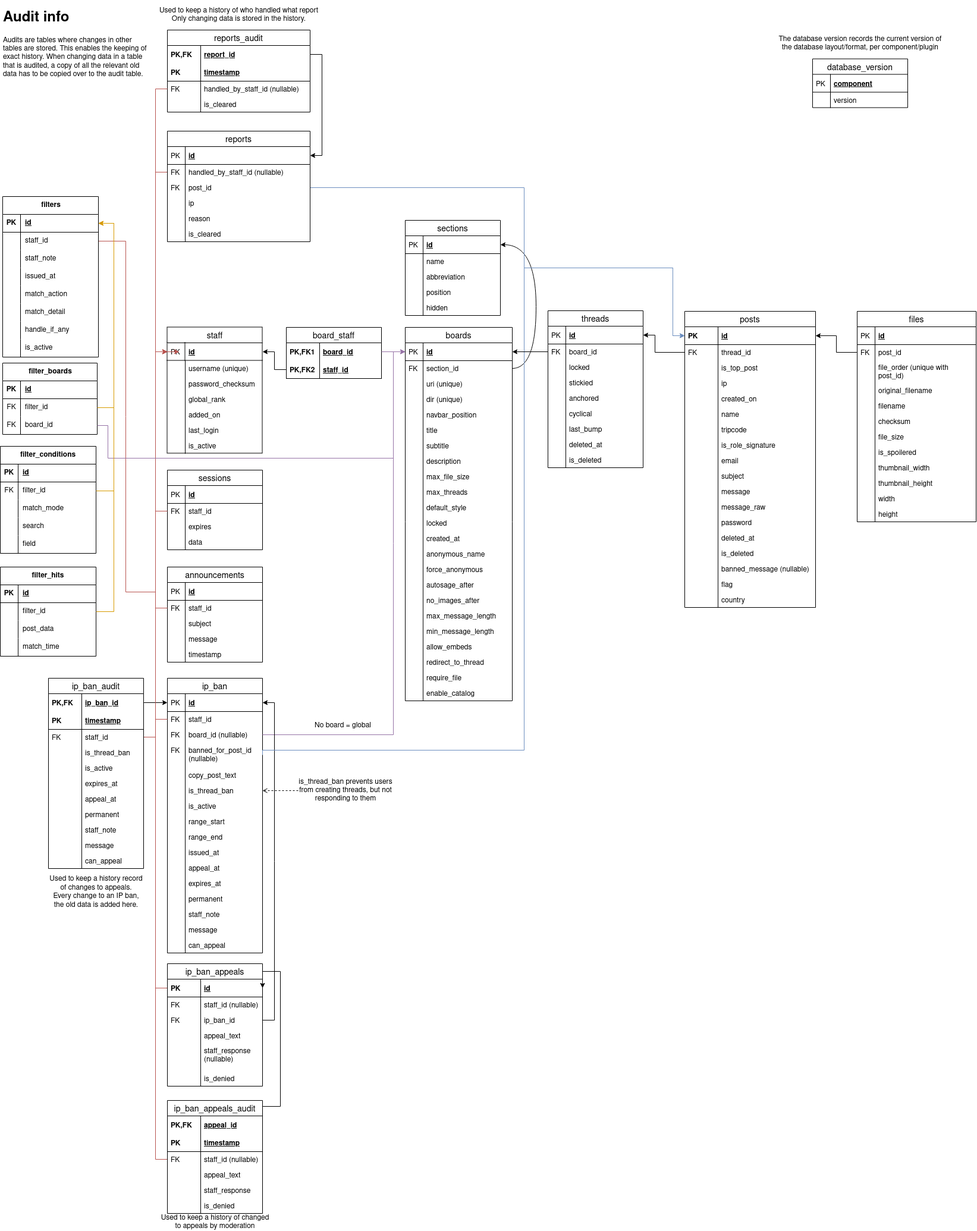
The draw.io diagram sql/Database ERD.png in gochan-org/gochan, before a commit. Source tidied: cells renumbered, new cells last; positions are measured from the earlier drawing's top-left corner, leaving out a move shared by most shapes.
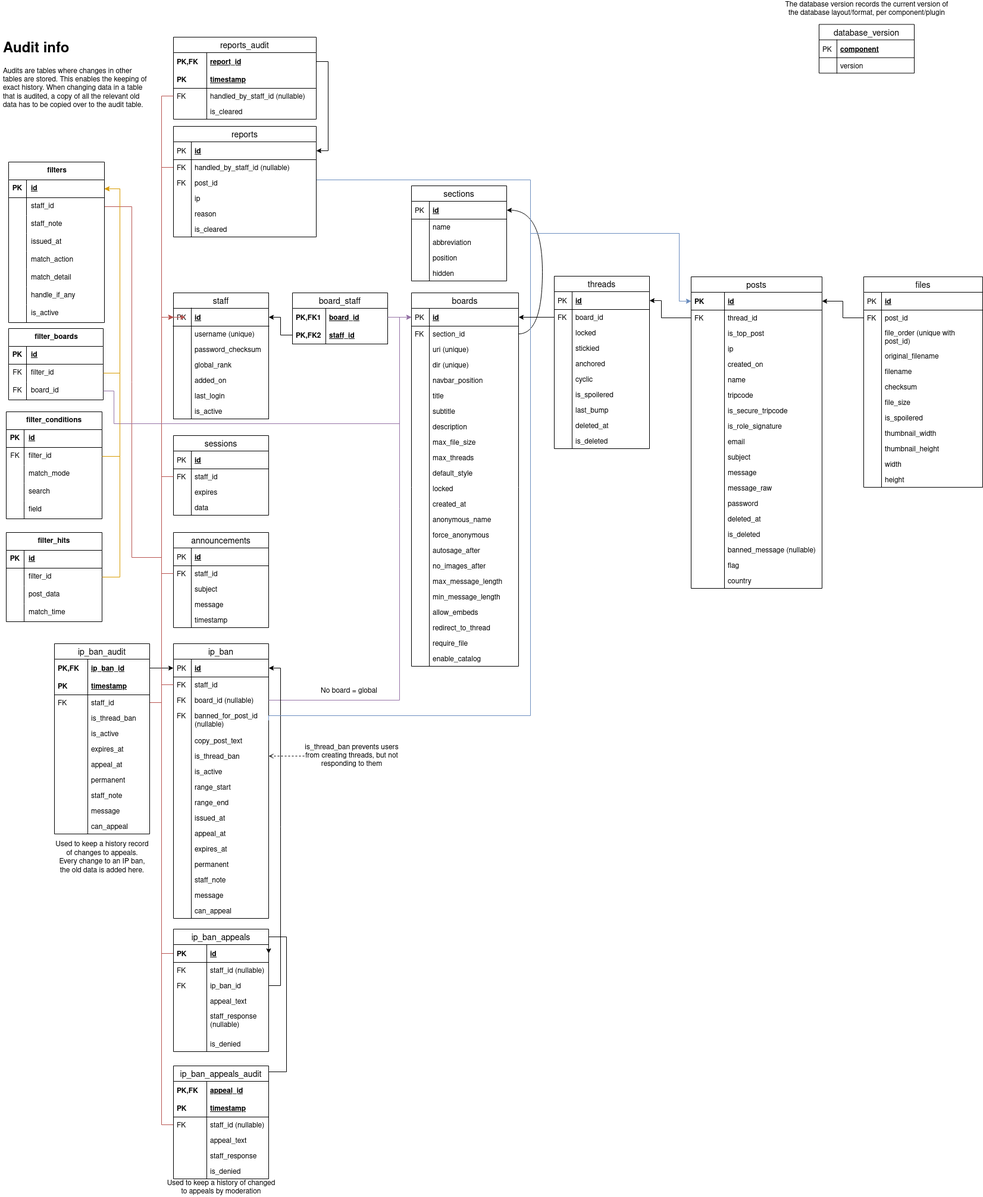
Later version of the same file.

Diff of the diagram source:
```diff
@@ -115,7 +115,8 @@
     <mxCell id="37" style="edgeStyle=orthogonalEdgeStyle;rounded=0;jettySize=auto;html=1;exitX=1;exitY=0.5;exitDx=0;exitDy=0;entryX=0;entryY=0.5;entryDx=0;entryDy=0;fillColor=#dae8fc;strokeColor=#6c8ebf;" parent="1" edge="1" source="164" target="229">
       <mxGeometry relative="1" as="geometry">
         <Array as="points">
-          <mxPoint x="881" y="305" />
+          <mxPoint x="521" y="350" />
+          <mxPoint x="881" y="350" />
           <mxPoint x="881" y="440" />
           <mxPoint x="1131" y="440" />
           <mxPoint x="1131" y="554" />
@@ -491,7 +492,7 @@
       <mxGeometry x="71" y="1460" width="180" height="60" as="geometry" />
     </mxCell>
     <mxCell id="159" value="reports" style="swimlane;fontStyle=0;horizontal=1;startSize=26;align=center;fontSize=14;strokeColor=#000000;fillColor=none;" parent="1" vertex="1">
-      <mxGeometry x="281" y="210" width="240" height="186" as="geometry" />
+      <mxGeometry x="281" y="260" width="240" height="186" as="geometry" />
     </mxCell>
     <mxCell id="160" value="id" style="shape=partialRectangle;top=0;left=0;right=0;bottom=1;align=left;verticalAlign=middle;fillColor=none;spacingLeft=34;spacingRight=4;overflow=hidden;points=[[0,0.5],[1,0.5]];portConstraint=eastwest;fontStyle=5;fontSize=12;" parent="159" vertex="1">
       <mxGeometry y="26" width="240" height="30" as="geometry" />
@@ -552,7 +553,7 @@
       </mxGeometry>
     </mxCell>
     <mxCell id="176" value="reports_audit" style="swimlane;fontStyle=0;horizontal=1;startSize=26;align=center;fontSize=14;" parent="1" vertex="1">
-      <mxGeometry x="281" y="40" width="240" height="138" as="geometry" />
+      <mxGeometry x="281" y="110" width="240" height="138" as="geometry" />
     </mxCell>
     <mxCell id="177" value="report_id" style="shape=partialRectangle;top=0;left=0;right=0;bottom=0;align=left;verticalAlign=middle;fillColor=none;spacingLeft=60;spacingRight=4;overflow=hidden;points=[[0,0.5],[1,0.5]];portConstraint=eastwest;fontStyle=5;fontSize=12;" parent="176" vertex="1">
       <mxGeometry y="26" width="240" height="30" as="geometry" />
@@ -587,11 +588,8 @@
     <mxCell id="187" style="edgeStyle=orthogonalEdgeStyle;rounded=0;jettySize=auto;html=1;exitX=0;exitY=0.5;exitDx=0;exitDy=0;entryX=0;entryY=0.5;entryDx=0;entryDy=0;fillColor=#f8cecc;strokeColor=#b85450;" parent="1" edge="1" source="181" target="3">
       <mxGeometry relative="1" as="geometry" />
     </mxCell>
-    <mxCell id="188" value="&lt;div&gt;Used to keep a history of who handled what report&lt;/div&gt;&lt;div&gt;Only changing data is stored in the history.&lt;br&gt;&lt;/div&gt;" style="text;html=1;align=center;verticalAlign=middle;" parent="1" vertex="1">
-      <mxGeometry x="256" width="290" height="30" as="geometry" />
-    </mxCell>
     <mxCell id="189" value="&lt;h1&gt;Audit info&lt;br&gt;&lt;/h1&gt;&lt;p&gt;Audits are tables where changes in other tables are stored. This enables the keeping of exact history. When changing data in a table that is audited, a copy of all the relevant old data has to be copied over to the audit table. &lt;br&gt;&lt;/p&gt;" style="text;html=1;strokeColor=none;fillColor=none;spacing=5;spacingTop=-20;whiteSpace=wrap;overflow=hidden;rounded=0;" parent="1" vertex="1">
-      <mxGeometry width="251" height="120" as="geometry" />
+      <mxGeometry x="-10" y="110" width="251" height="120" as="geometry" />
     </mxCell>
     <mxCell id="190" style="edgeStyle=orthogonalEdgeStyle;rounded=0;jettySize=auto;html=1;exitX=1;exitY=0.5;exitDx=0;exitDy=0;entryX=0;entryY=0.5;entryDx=0;entryDy=0;fillColor=#dae8fc;strokeColor=#6c8ebf;" parent="1" edge="1" source="57" target="229">
       <mxGeometry relative="1" as="geometry">
@@ -715,7 +713,7 @@
       <mxGeometry width="30" height="26" as="geometry" />
     </mxCell>
     <mxCell id="228" value="posts" style="swimlane;fontStyle=0;horizontal=1;startSize=26;align=center;fontSize=14;" parent="1" vertex="1">
-      <mxGeometry x="1151" y="513" width="220" height="498" as="geometry" />
+      <mxGeometry x="1151" y="513" width="220" height="524" as="geometry" />
     </mxCell>
     <mxCell id="229" value="id" style="shape=partialRectangle;top=0;left=0;right=0;bottom=1;align=left;verticalAlign=middle;fillColor=none;spacingLeft=60;spacingRight=4;overflow=hidden;points=[[0,0.5],[1,0.5]];portConstraint=eastwest;fontStyle=5;fontSize=12;" parent="228" vertex="1">
       <mxGeometry y="26" width="220" height="30" as="geometry" />
@@ -759,68 +757,74 @@
     <mxCell id="242" style="shape=partialRectangle;top=0;left=0;bottom=0;fillColor=none;align=left;verticalAlign=top;spacingLeft=4;spacingRight=4;overflow=hidden;fontSize=12;" parent="241" vertex="1">
       <mxGeometry width="56" height="26" as="geometry" />
     </mxCell>
-    <mxCell id="243" value="is_role_signature" style="shape=partialRectangle;top=0;left=0;right=0;bottom=0;align=left;verticalAlign=top;fillColor=none;spacingLeft=60;spacingRight=4;overflow=hidden;fontSize=12;" parent="228" vertex="1">
+    <mxCell id="243" value="is_secure_tripcode" style="shape=partialRectangle;top=0;left=0;right=0;bottom=0;align=left;verticalAlign=top;fillColor=none;spacingLeft=60;spacingRight=4;overflow=hidden;fontSize=12;" parent="228" vertex="1">
       <mxGeometry y="212" width="220" height="26" as="geometry" />
     </mxCell>
     <mxCell id="244" style="shape=partialRectangle;top=0;left=0;bottom=0;fillColor=none;align=left;verticalAlign=top;spacingLeft=4;spacingRight=4;overflow=hidden;fontSize=12;" parent="243" vertex="1">
       <mxGeometry width="56" height="26" as="geometry" />
     </mxCell>
+    <mxCell id="388" value="is_role_signature" style="shape=partialRectangle;top=0;left=0;right=0;bottom=0;align=left;verticalAlign=top;fillColor=none;spacingLeft=60;spacingRight=4;overflow=hidden;fontSize=12;" parent="228" vertex="1">
+      <mxGeometry y="238" width="220" height="26" as="geometry" />
+    </mxCell>
+    <mxCell id="389" style="shape=partialRectangle;top=0;left=0;bottom=0;fillColor=none;align=left;verticalAlign=top;spacingLeft=4;spacingRight=4;overflow=hidden;fontSize=12;" parent="388" vertex="1">
+      <mxGeometry width="56" height="26" as="geometry" />
+    </mxCell>
     <mxCell id="245" value="email" style="shape=partialRectangle;top=0;left=0;right=0;bottom=0;align=left;verticalAlign=top;fillColor=none;spacingLeft=60;spacingRight=4;overflow=hidden;fontSize=12;" parent="228" vertex="1">
-      <mxGeometry y="238" width="220" height="26" as="geometry" />
+      <mxGeometry y="264" width="220" height="26" as="geometry" />
     </mxCell>
     <mxCell id="246" style="shape=partialRectangle;top=0;left=0;bottom=0;fillColor=none;align=left;verticalAlign=top;spacingLeft=4;spacingRight=4;overflow=hidden;fontSize=12;" parent="245" vertex="1">
       <mxGeometry width="56" height="26" as="geometry" />
     </mxCell>
     <mxCell id="247" value="subject" style="shape=partialRectangle;top=0;left=0;right=0;bottom=0;align=left;verticalAlign=top;fillColor=none;spacingLeft=60;spacingRight=4;overflow=hidden;fontSize=12;" parent="228" vertex="1">
-      <mxGeometry y="264" width="220" height="26" as="geometry" />
+      <mxGeometry y="290" width="220" height="26" as="geometry" />
     </mxCell>
     <mxCell id="248" style="shape=partialRectangle;top=0;left=0;bottom=0;fillColor=none;align=left;verticalAlign=top;spacingLeft=4;spacingRight=4;overflow=hidden;fontSize=12;" parent="247" vertex="1">
       <mxGeometry width="56" height="26" as="geometry" />
     </mxCell>
     <mxCell id="249" value="message" style="shape=partialRectangle;top=0;left=0;right=0;bottom=0;align=left;verticalAlign=top;fillColor=none;spacingLeft=60;spacingRight=4;overflow=hidden;fontSize=12;" parent="228" vertex="1">
-      <mxGeometry y="290" width="220" height="26" as="geometry" />
+      <mxGeometry y="316" width="220" height="26" as="geometry" />
     </mxCell>
     <mxCell id="250" style="shape=partialRectangle;top=0;left=0;bottom=0;fillColor=none;align=left;verticalAlign=top;spacingLeft=4;spacingRight=4;overflow=hidden;fontSize=12;" parent="249" vertex="1">
       <mxGeometry width="56" height="26" as="geometry" />
     </mxCell>
     <mxCell id="251" value="message_raw" style="shape=partialRectangle;top=0;left=0;right=0;bottom=0;align=left;verticalAlign=top;fillColor=none;spacingLeft=60;spacingRight=4;overflow=hidden;fontSize=12;" parent="228" vertex="1">
-      <mxGeometry y="316" width="220" height="26" as="geometry" />
+      <mxGeometry y="342" width="220" height="26" as="geometry" />
     </mxCell>
     <mxCell id="252" style="shape=partialRectangle;top=0;left=0;bottom=0;fillColor=none;align=left;verticalAlign=top;spacingLeft=4;spacingRight=4;overflow=hidden;fontSize=12;" parent="251" vertex="1">
       <mxGeometry width="56" height="26" as="geometry" />
     </mxCell>
     <mxCell id="253" value="password" style="shape=partialRectangle;top=0;left=0;right=0;bottom=0;align=left;verticalAlign=top;fillColor=none;spacingLeft=60;spacingRight=4;overflow=hidden;fontSize=12;" parent="228" vertex="1">
-      <mxGeometry y="342" width="220" height="26" as="geometry" />
+      <mxGeometry y="368" width="220" height="26" as="geometry" />
     </mxCell>
     <mxCell id="254" style="shape=partialRectangle;top=0;left=0;bottom=0;fillColor=none;align=left;verticalAlign=top;spacingLeft=4;spacingRight=4;overflow=hidden;fontSize=12;" parent="253" vertex="1">
       <mxGeometry width="56" height="26" as="geometry" />
     </mxCell>
     <mxCell id="255" value="deleted_at" style="shape=partialRectangle;top=0;left=0;right=0;bottom=0;align=left;verticalAlign=top;fillColor=none;spacingLeft=60;spacingRight=4;overflow=hidden;fontSize=12;" parent="228" vertex="1">
-      <mxGeometry y="368" width="220" height="26" as="geometry" />
+      <mxGeometry y="394" width="220" height="26" as="geometry" />
     </mxCell>
     <mxCell id="256" style="shape=partialRectangle;top=0;left=0;bottom=0;fillColor=none;align=left;verticalAlign=top;spacingLeft=4;spacingRight=4;overflow=hidden;fontSize=12;" parent="255" vertex="1">
       <mxGeometry width="56" height="26" as="geometry" />
     </mxCell>
     <mxCell id="257" value="is_deleted" style="shape=partialRectangle;top=0;left=0;right=0;bottom=0;align=left;verticalAlign=top;fillColor=none;spacingLeft=60;spacingRight=4;overflow=hidden;fontSize=12;" parent="228" vertex="1">
-      <mxGeometry y="394" width="220" height="26" as="geometry" />
+      <mxGeometry y="420" width="220" height="26" as="geometry" />
     </mxCell>
     <mxCell id="258" style="shape=partialRectangle;top=0;left=0;bottom=0;fillColor=none;align=left;verticalAlign=top;spacingLeft=4;spacingRight=4;overflow=hidden;fontSize=12;" parent="257" vertex="1">
       <mxGeometry width="56" height="26" as="geometry" />
     </mxCell>
     <mxCell id="259" value="banned_message (nullable)" style="shape=partialRectangle;top=0;left=0;right=0;bottom=0;align=left;verticalAlign=top;fillColor=none;spacingLeft=60;spacingRight=4;overflow=hidden;fontSize=12;" parent="228" vertex="1">
-      <mxGeometry y="420" width="220" height="26" as="geometry" />
+      <mxGeometry y="446" width="220" height="26" as="geometry" />
     </mxCell>
     <mxCell id="260" style="shape=partialRectangle;top=0;left=0;bottom=0;fillColor=none;align=left;verticalAlign=top;spacingLeft=4;spacingRight=4;overflow=hidden;fontSize=12;" parent="259" vertex="1">
       <mxGeometry width="56" height="26" as="geometry" />
     </mxCell>
     <mxCell id="261" value="flag" style="shape=partialRectangle;top=0;left=0;right=0;bottom=0;align=left;verticalAlign=top;fillColor=none;spacingLeft=60;spacingRight=4;overflow=hidden;fontSize=12;" parent="228" vertex="1">
-      <mxGeometry y="446" width="220" height="26" as="geometry" />
+      <mxGeometry y="472" width="220" height="26" as="geometry" />
     </mxCell>
     <mxCell id="262" style="shape=partialRectangle;top=0;left=0;bottom=0;fillColor=none;align=left;verticalAlign=top;spacingLeft=4;spacingRight=4;overflow=hidden;fontSize=12;" parent="261" vertex="1">
       <mxGeometry width="56" height="26" as="geometry" />
     </mxCell>
     <mxCell id="263" value="country" style="shape=partialRectangle;top=0;left=0;right=0;bottom=0;align=left;verticalAlign=top;fillColor=none;spacingLeft=60;spacingRight=4;overflow=hidden;fontSize=12;" parent="228" vertex="1">
-      <mxGeometry y="472" width="220" height="26" as="geometry" />
+      <mxGeometry y="498" width="220" height="26" as="geometry" />
     </mxCell>
     <mxCell id="264" style="shape=partialRectangle;top=0;left=0;bottom=0;fillColor=none;align=left;verticalAlign=top;spacingLeft=4;spacingRight=4;overflow=hidden;fontSize=12;" parent="263" vertex="1">
       <mxGeometry width="56" height="26" as="geometry" />
@@ -914,7 +918,7 @@
       </mxGeometry>
     </mxCell>
     <mxCell id="292" value="threads" style="swimlane;fontStyle=0;horizontal=1;startSize=26;align=center;fontSize=14;" parent="1" vertex="1">
-      <mxGeometry x="921" y="512" width="160" height="264" as="geometry" />
+      <mxGeometry x="921" y="512" width="160" height="290" as="geometry" />
     </mxCell>
     <mxCell id="293" value="id" style="shape=partialRectangle;top=0;left=0;right=0;bottom=1;align=left;verticalAlign=middle;fillColor=none;spacingLeft=34;spacingRight=4;overflow=hidden;points=[[0,0.5],[1,0.5]];portConstraint=eastwest;fontStyle=5;fontSize=12;" parent="292" vertex="1">
       <mxGeometry y="26" width="160" height="30" as="geometry" />
@@ -946,26 +950,32 @@
     <mxCell id="302" style="shape=partialRectangle;top=0;left=0;bottom=0;fillColor=none;align=left;verticalAlign=top;spacingLeft=4;spacingRight=4;overflow=hidden;fontSize=12;" parent="301" vertex="1">
       <mxGeometry width="30" height="26" as="geometry" />
     </mxCell>
-    <mxCell id="303" value="cyclical" style="shape=partialRectangle;top=0;left=0;right=0;bottom=0;align=left;verticalAlign=top;fillColor=none;spacingLeft=34;spacingRight=4;overflow=hidden;fontSize=12;" parent="292" vertex="1">
+    <mxCell id="303" value="cyclic" style="shape=partialRectangle;top=0;left=0;right=0;bottom=0;align=left;verticalAlign=top;fillColor=none;spacingLeft=34;spacingRight=4;overflow=hidden;fontSize=12;" parent="292" vertex="1">
       <mxGeometry y="160" width="160" height="26" as="geometry" />
     </mxCell>
     <mxCell id="304" style="shape=partialRectangle;top=0;left=0;bottom=0;fillColor=none;align=left;verticalAlign=top;spacingLeft=4;spacingRight=4;overflow=hidden;fontSize=12;" parent="303" vertex="1">
       <mxGeometry width="30" height="26" as="geometry" />
     </mxCell>
+    <mxCell id="390" value="is_spoilered" style="shape=partialRectangle;top=0;left=0;right=0;bottom=0;align=left;verticalAlign=top;fillColor=none;spacingLeft=34;spacingRight=4;overflow=hidden;fontSize=12;" parent="292" vertex="1">
+      <mxGeometry y="186" width="160" height="26" as="geometry" />
+    </mxCell>
+    <mxCell id="391" style="shape=partialRectangle;top=0;left=0;bottom=0;fillColor=none;align=left;verticalAlign=top;spacingLeft=4;spacingRight=4;overflow=hidden;fontSize=12;" parent="390" vertex="1">
+      <mxGeometry width="30" height="26" as="geometry" />
+    </mxCell>
     <mxCell id="305" value="last_bump" style="shape=partialRectangle;top=0;left=0;right=0;bottom=0;align=left;verticalAlign=top;fillColor=none;spacingLeft=34;spacingRight=4;overflow=hidden;fontSize=12;" parent="292" vertex="1">
-      <mxGeometry y="186" width="160" height="26" as="geometry" />
+      <mxGeometry y="212" width="160" height="26" as="geometry" />
     </mxCell>
     <mxCell id="306" style="shape=partialRectangle;top=0;left=0;bottom=0;fillColor=none;align=left;verticalAlign=top;spacingLeft=4;spacingRight=4;overflow=hidden;fontSize=12;" parent="305" vertex="1">
       <mxGeometry width="30" height="26" as="geometry" />
     </mxCell>
     <mxCell id="307" value="deleted_at" style="shape=partialRectangle;top=0;left=0;right=0;bottom=0;align=left;verticalAlign=top;fillColor=none;spacingLeft=34;spacingRight=4;overflow=hidden;fontSize=12;" parent="292" vertex="1">
-      <mxGeometry y="212" width="160" height="26" as="geometry" />
+      <mxGeometry y="238" width="160" height="26" as="geometry" />
     </mxCell>
     <mxCell id="308" style="shape=partialRectangle;top=0;left=0;bottom=0;fillColor=none;align=left;verticalAlign=top;spacingLeft=4;spacingRight=4;overflow=hidden;fontSize=12;" parent="307" vertex="1">
       <mxGeometry width="30" height="26" as="geometry" />
     </mxCell>
     <mxCell id="309" value="is_deleted" style="shape=partialRectangle;top=0;left=0;right=0;bottom=0;align=left;verticalAlign=top;fillColor=none;spacingLeft=34;spacingRight=4;overflow=hidden;fontSize=12;" parent="292" vertex="1">
-      <mxGeometry y="238" width="160" height="26" as="geometry" />
+      <mxGeometry y="264" width="160" height="26" as="geometry" />
     </mxCell>
     <mxCell id="310" style="shape=partialRectangle;top=0;left=0;bottom=0;fillColor=none;align=left;verticalAlign=top;spacingLeft=4;spacingRight=4;overflow=hidden;fontSize=12;" parent="309" vertex="1">
       <mxGeometry width="30" height="26" as="geometry" />
```
